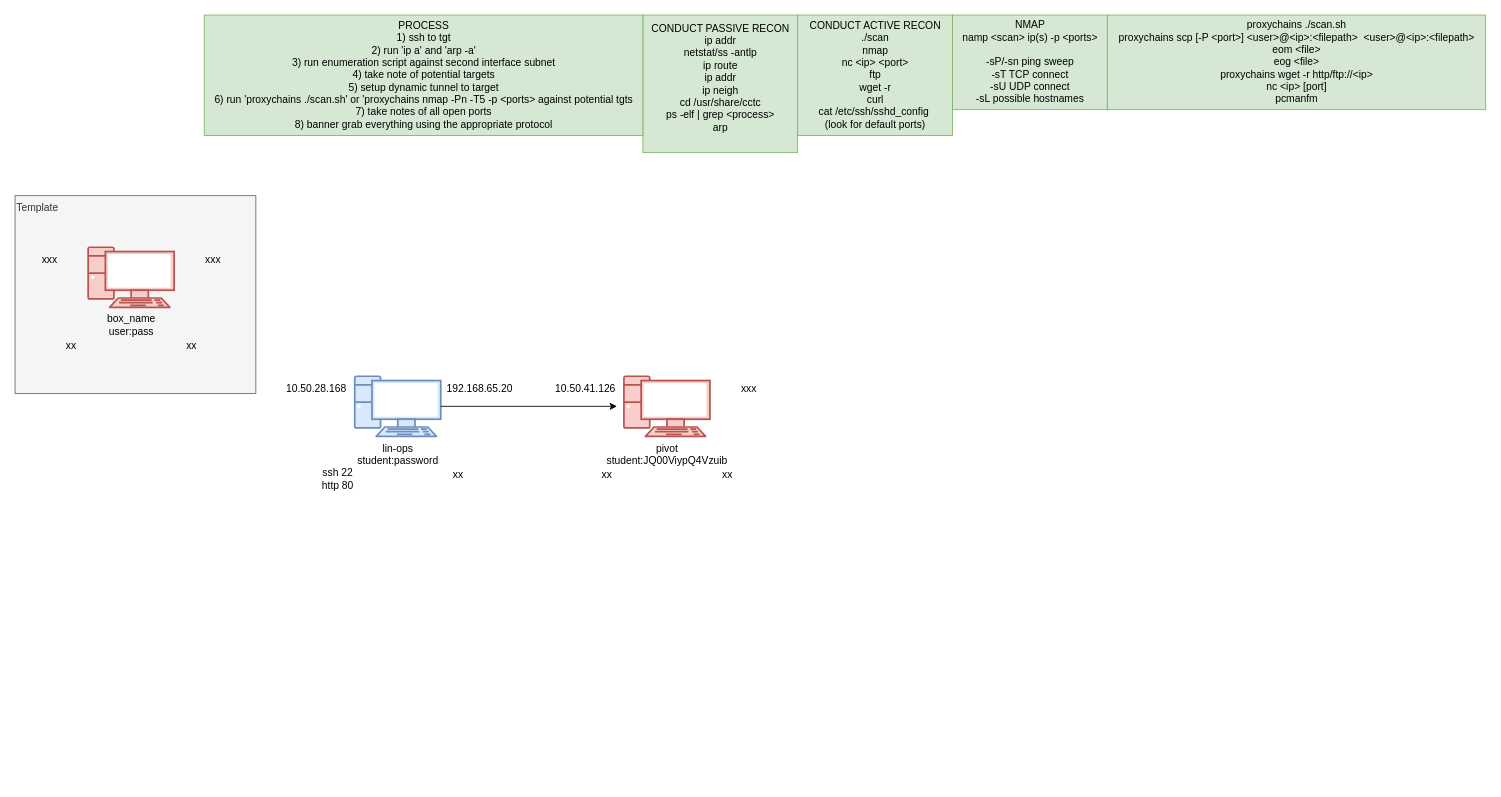
This is CCTC/SEC/Day_8/Post/DPE.drawio from wifi96h/new, a draw.io file, before an edit. Source tidied: cells renumbered, new cells numbered last; positions are measured from the earlier drawing's top-left corner, leaving out a move shared by most shapes. Both pictures are drawn from the tidied source at 86%, with x=0, y=0 at pixel (15, 15).
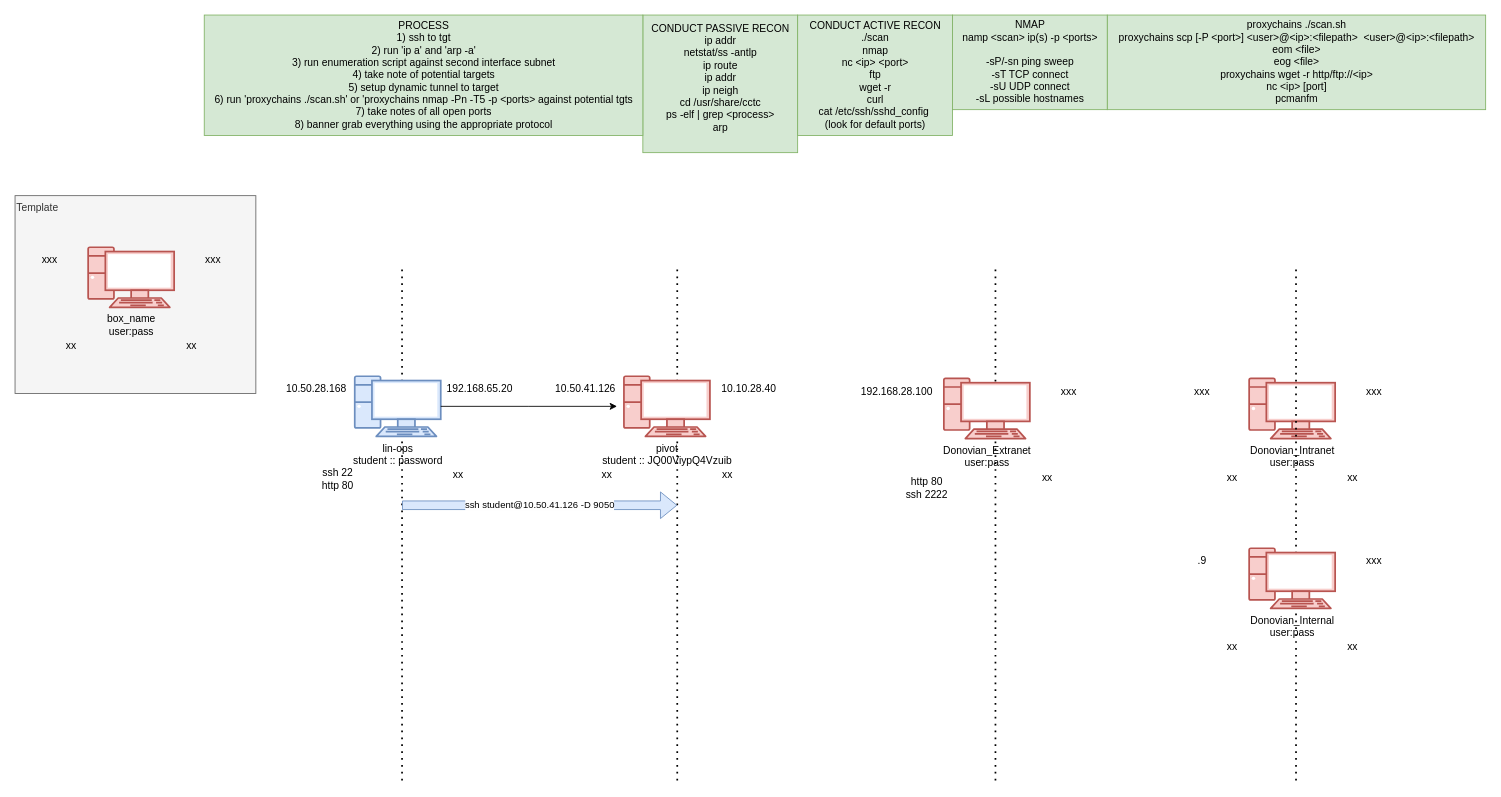
After the change.

The change refers to these unchanged cells:
```xml
<mxCell id="11" style="group;" parent="10" vertex="1">
  <mxGeometry y="20" width="230" height="135" as="geometry" />
</mxCell>
<mxCell id="18" style="group;" parent="17" vertex="1">
  <mxGeometry y="20" width="225" height="130" as="geometry" />
</mxCell>
```

Change to the diagram source:
```diff
@@
+    <mxCell id="30" style="endArrow=none;dashed=1;html=1;dashPattern=1 3;strokeWidth=2;rounded=0;" parent="1" edge="1">
+      <mxGeometry relative="1" as="geometry">
+        <mxPoint x="1140" y="890" as="sourcePoint" />
+        <mxPoint x="1140" y="290" as="targetPoint" />
+      </mxGeometry>
+    </mxCell>
+    <mxCell id="31" style="endArrow=none;dashed=1;html=1;dashPattern=1 3;strokeWidth=2;rounded=0;" parent="1" edge="1">
+      <mxGeometry relative="1" as="geometry">
+        <mxPoint x="770" y="890" as="sourcePoint" />
+        <mxPoint x="770" y="290" as="targetPoint" />
+      </mxGeometry>
+    </mxCell>
+    <mxCell id="32" style="endArrow=none;dashed=1;html=1;dashPattern=1 3;strokeWidth=2;rounded=0;" parent="1" edge="1">
+      <mxGeometry relative="1" as="geometry">
+        <mxPoint x="450" y="890" as="sourcePoint" />
+        <mxPoint x="450" y="290" as="targetPoint" />
+      </mxGeometry>
+    </mxCell>
@@
-    <mxCell id="12" value="lin-ops&lt;div&gt;student:password&lt;/div&gt;" style="verticalAlign=top;verticalLabelPosition=bottom;labelPosition=center;align=center;html=1;outlineConnect=0;fillColor=#dae8fc;strokeColor=#6c8ebf;gradientDirection=north;strokeWidth=2;shape=mxgraph.networks.pc;" parent="11" vertex="1">
+    <mxCell id="12" value="lin-ops&lt;div&gt;student :: password&lt;/div&gt;" style="verticalAlign=top;verticalLabelPosition=bottom;labelPosition=center;align=center;html=1;outlineConnect=0;fillColor=#dae8fc;strokeColor=#6c8ebf;gradientDirection=north;strokeWidth=2;shape=mxgraph.networks.pc;" parent="11" vertex="1">
       <mxGeometry x="35" width="100" height="70" as="geometry" />
     </mxCell>
@@
-    <mxCell id="19" value="&lt;div&gt;pivot&lt;/div&gt;&lt;div&gt;student:JQ00ViypQ4Vzuib&lt;/div&gt;" style="verticalAlign=top;verticalLabelPosition=bottom;labelPosition=center;align=center;html=1;fillColor=#f8cecc;strokeColor=#b85450;gradientDirection=north;strokeWidth=2;shape=mxgraph.networks.pc;" parent="18" vertex="1">
+    <mxCell id="19" value="&lt;div&gt;pivot&lt;/div&gt;&lt;div&gt;student :: JQ00ViypQ4Vzuib&lt;/div&gt;" style="verticalAlign=top;verticalLabelPosition=bottom;labelPosition=center;align=center;html=1;fillColor=#f8cecc;strokeColor=#b85450;gradientDirection=north;strokeWidth=2;shape=mxgraph.networks.pc;" parent="18" vertex="1">
       <mxGeometry x="35" width="100" height="70" as="geometry" />
     </mxCell>
@@
-    <mxCell id="21" value="xxx" style="text;html=1;align=center;verticalAlign=middle;strokeColor=none;fillColor=none;" parent="18" vertex="1">
-      <mxGeometry x="160" width="40" height="30" as="geometry" />
+    <mxCell id="21" value="10.10.28.40" style="text;html=1;align=center;verticalAlign=middle;strokeColor=none;fillColor=none;" parent="18" vertex="1">
+      <mxGeometry x="135" width="90" height="30" as="geometry" />
     </mxCell>
@@
+    <mxCell id="33" style="group;" parent="1" vertex="1">
+      <mxGeometry x="1045" y="402.5" width="225" height="155" as="geometry" />
+    </mxCell>
+    <mxCell id="34" style="group;" parent="33" vertex="1">
+      <mxGeometry y="20" width="225" height="135" as="geometry" />
+    </mxCell>
+    <mxCell id="35" value="Donovian_Extranet&lt;div&gt;user:pass&lt;/div&gt;" style="verticalAlign=top;verticalLabelPosition=bottom;labelPosition=center;align=center;html=1;fillColor=#f8cecc;strokeColor=#b85450;gradientDirection=north;strokeWidth=2;shape=mxgraph.networks.pc;" parent="34" vertex="1">
+      <mxGeometry x="35" width="100" height="70" as="geometry" />
+    </mxCell>
+    <mxCell id="36" value="xxx" style="text;html=1;align=center;verticalAlign=middle;strokeColor=none;fillColor=none;" parent="34" vertex="1">
+      <mxGeometry x="160" width="40" height="30" as="geometry" />
+    </mxCell>
+    <mxCell id="37" value="xx" style="text;html=1;align=center;verticalAlign=middle;strokeColor=none;fillColor=none;" parent="34" vertex="1">
+      <mxGeometry x="135" y="100" width="40" height="30" as="geometry" />
+    </mxCell>
+    <mxCell id="38" style="group;" parent="1" vertex="1">
+      <mxGeometry x="1400" y="402.5" width="225" height="150" as="geometry" />
+    </mxCell>
+    <mxCell id="39" style="group;" parent="38" vertex="1">
+      <mxGeometry y="20" width="225" height="130" as="geometry" />
+    </mxCell>
+    <mxCell id="40" value="Donovian_Intranet&lt;div&gt;user:pass&lt;/div&gt;" style="verticalAlign=top;verticalLabelPosition=bottom;labelPosition=center;align=center;html=1;fillColor=#f8cecc;strokeColor=#b85450;gradientDirection=north;strokeWidth=2;shape=mxgraph.networks.pc;" parent="39" vertex="1">
+      <mxGeometry x="35" width="100" height="70" as="geometry" />
+    </mxCell>
+    <mxCell id="41" value="xx" style="text;html=1;align=center;verticalAlign=middle;strokeColor=none;fillColor=none;" parent="39" vertex="1">
+      <mxGeometry x="-5" y="100" width="40" height="30" as="geometry" />
+    </mxCell>
+    <mxCell id="42" value="xxx" style="text;html=1;align=center;verticalAlign=middle;strokeColor=none;fillColor=none;" parent="39" vertex="1">
+      <mxGeometry x="160" width="40" height="30" as="geometry" />
+    </mxCell>
+    <mxCell id="43" value="xx" style="text;html=1;align=center;verticalAlign=middle;strokeColor=none;fillColor=none;" parent="39" vertex="1">
+      <mxGeometry x="135" y="100" width="40" height="30" as="geometry" />
+    </mxCell>
+    <mxCell id="44" value="192.168.28.100" style="text;html=1;align=center;verticalAlign=middle;strokeColor=none;fillColor=none;" parent="1" vertex="1">
+      <mxGeometry x="970" y="422.5" width="110" height="30" as="geometry" />
+    </mxCell>
+    <mxCell id="45" value="xxx" style="text;html=1;align=center;verticalAlign=middle;strokeColor=none;fillColor=none;" parent="1" vertex="1">
+      <mxGeometry x="1360" y="422.5" width="40" height="30" as="geometry" />
+    </mxCell>
+    <mxCell id="46" value="http 80&lt;div&gt;ssh 2222&lt;/div&gt;" style="text;html=1;align=center;verticalAlign=middle;strokeColor=none;fillColor=none;" parent="1" vertex="1">
+      <mxGeometry x="1025" y="530" width="70" height="40" as="geometry" />
+    </mxCell>
+    <mxCell id="47" value="ssh student@10.50.41.126 -D 9050" style="shape=flexArrow;endArrow=classic;html=1;rounded=0;fillColor=#dae8fc;strokeColor=#6c8ebf;" parent="1" edge="1">
+      <mxGeometry relative="1" as="geometry">
+        <mxPoint x="450" y="570" as="sourcePoint" />
+        <mxPoint x="770" y="570" as="targetPoint" />
+      </mxGeometry>
+    </mxCell>
+    <mxCell id="48" style="endArrow=none;dashed=1;html=1;dashPattern=1 3;strokeWidth=2;rounded=0;" parent="1" edge="1">
+      <mxGeometry relative="1" as="geometry">
+        <mxPoint x="1489.5" y="890" as="sourcePoint" />
+        <mxPoint x="1489.5" y="290" as="targetPoint" />
+      </mxGeometry>
+    </mxCell>
+    <mxCell id="49" style="group;" parent="1" vertex="1">
+      <mxGeometry x="1365" y="620" width="260" height="130" as="geometry" />
+    </mxCell>
+    <mxCell id="50" value=".9" style="text;html=1;align=center;verticalAlign=middle;strokeColor=none;fillColor=none;" parent="49" vertex="1">
+      <mxGeometry width="30" height="30" as="geometry" />
+    </mxCell>
+    <mxCell id="51" style="group;" parent="49" vertex="1">
+      <mxGeometry x="35" width="225" height="130" as="geometry" />
+    </mxCell>
+    <mxCell id="52" value="Donovian_Internal&lt;div&gt;user:pass&lt;/div&gt;" style="verticalAlign=top;verticalLabelPosition=bottom;labelPosition=center;align=center;html=1;fillColor=#f8cecc;strokeColor=#b85450;gradientDirection=north;strokeWidth=2;shape=mxgraph.networks.pc;" parent="51" vertex="1">
+      <mxGeometry x="35" width="100" height="70" as="geometry" />
+    </mxCell>
+    <mxCell id="53" value="xx" style="text;html=1;align=center;verticalAlign=middle;strokeColor=none;fillColor=none;" parent="51" vertex="1">
+      <mxGeometry x="-5" y="100" width="40" height="30" as="geometry" />
+    </mxCell>
+    <mxCell id="54" value="xxx" style="text;html=1;align=center;verticalAlign=middle;strokeColor=none;fillColor=none;" parent="51" vertex="1">
+      <mxGeometry x="160" width="40" height="30" as="geometry" />
+    </mxCell>
+    <mxCell id="55" value="xx" style="text;html=1;align=center;verticalAlign=middle;strokeColor=none;fillColor=none;" parent="51" vertex="1">
+      <mxGeometry x="135" y="100" width="40" height="30" as="geometry" />
+    </mxCell>
```
